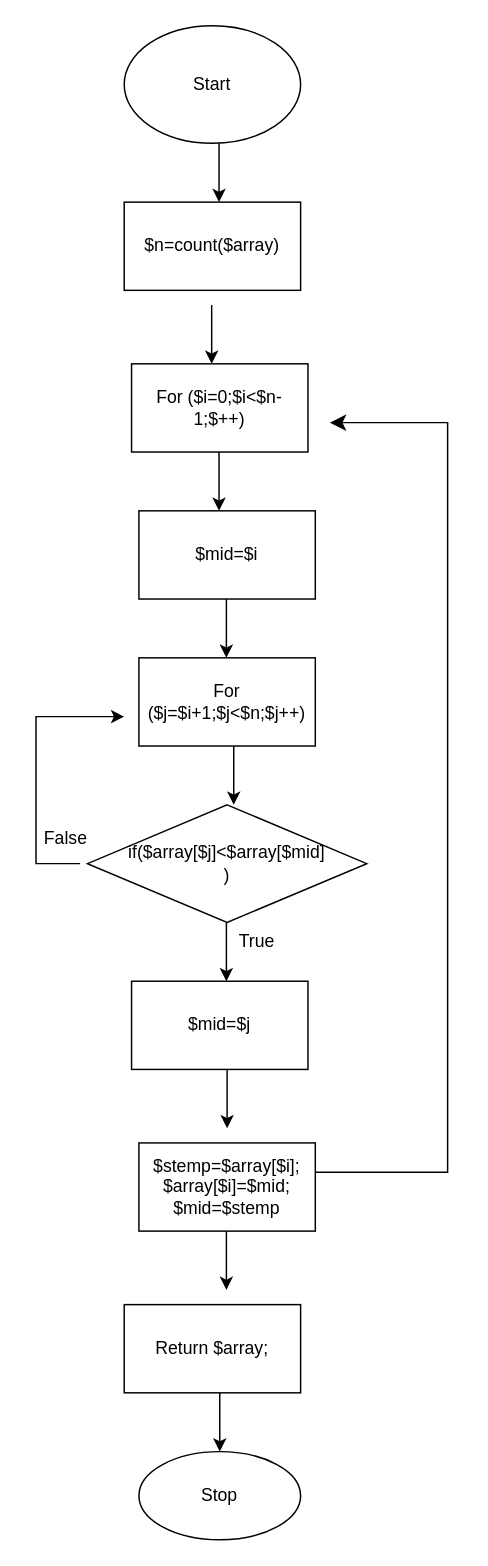
Loan060203/flowchart keeps this draw.io diagram as page "Selection _Sort" (3 of 6) of Untitled Diagram.drawio. Above is the earlier version. Source tidied: cells renumbered, new cells numbered last; positions are measured from the earlier drawing's top-left corner, leaving out a move shared by most shapes. Both pictures are drawn from the tidied source at 147%, with x=0, y=0 at pixel (28, 25).
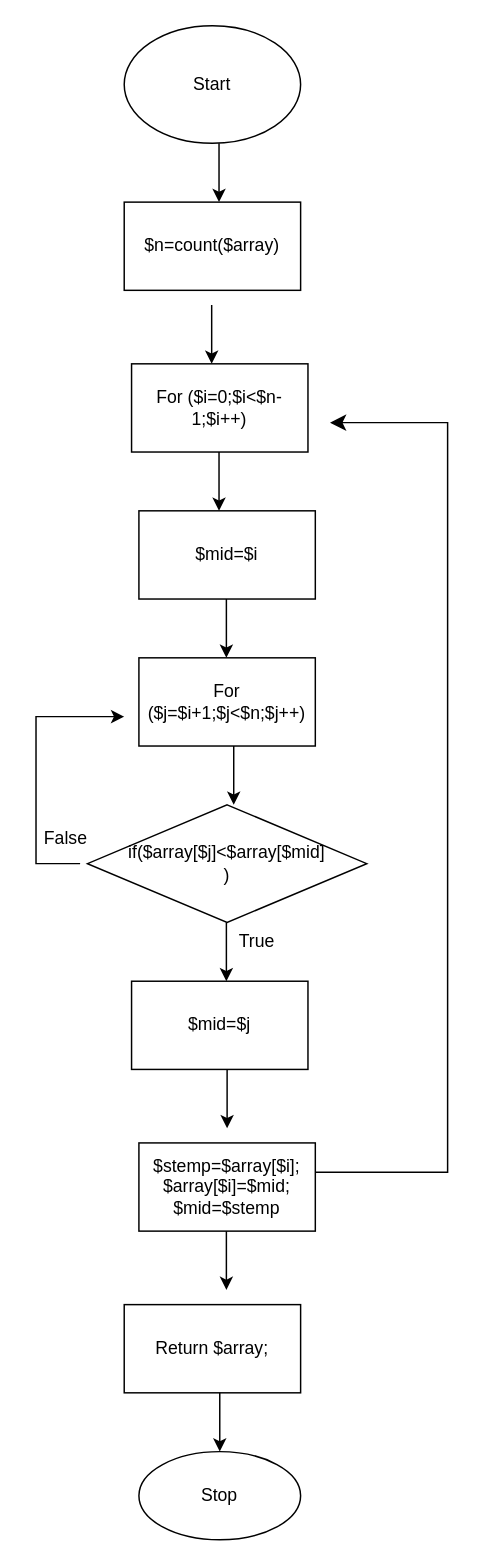
The same diagram, later.

The edit, as a diff of the source:
```diff
@@
-    <mxCell id="4" value="For ($i=0;$i&amp;lt;$n-1;$++)" style="rounded=0;whiteSpace=wrap;html=1;" parent="1" vertex="1">
+    <mxCell id="4" value="For ($i=0;$i&amp;lt;$n-1;$i++)" style="rounded=0;whiteSpace=wrap;html=1;" parent="1" vertex="1">
       <mxGeometry x="70" y="230" width="120" height="60" as="geometry" />
     </mxCell>
```
